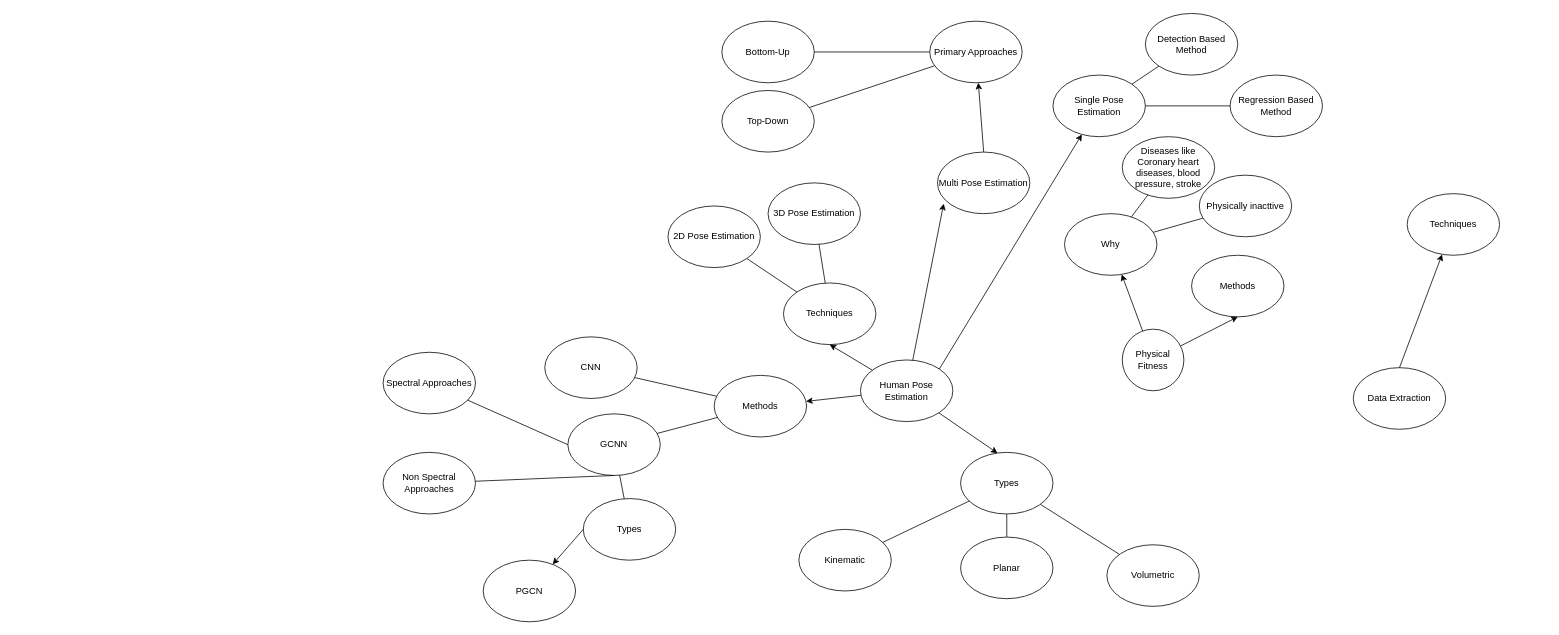
Before: Diagrams/Untitled Diagram.drawio in vish84725/Research_Artifacts, a draw.io diagram. Source tidied: cells renumbered, new cells numbered last; positions are measured from the earlier drawing's top-left corner, leaving out a move shared by most shapes. Both pictures are drawn from the tidied source at 77%, with x=0, y=0 at pixel (383, 13).
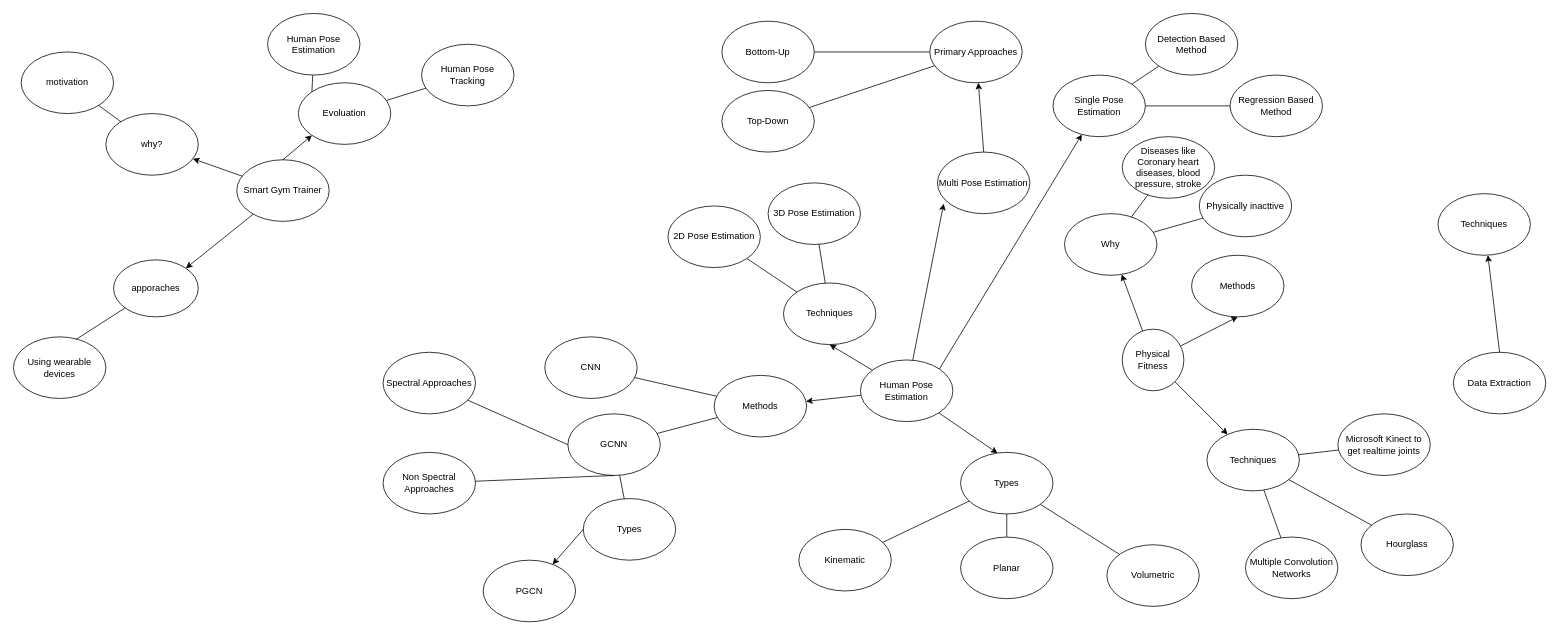
After the change.

The change refers to these unchanged cells:
```xml
<mxCell id="48" value="Physical Fitness" style="ellipse;whiteSpace=wrap;html=1;" parent="1" vertex="1">
  <mxGeometry x="960" y="410" width="80" height="80" as="geometry" />
</mxCell>
```

The edit, as a diff of the source:
```diff
@@
     <mxCell id="2" value="Data Extraction" style="ellipse;whiteSpace=wrap;html=1;" parent="1" vertex="1">
-      <mxGeometry x="1260" y="460" width="120" height="80" as="geometry" />
+      <mxGeometry x="1390" y="440" width="120" height="80" as="geometry" />
     </mxCell>
     <mxCell id="3" value="Techniques" style="ellipse;whiteSpace=wrap;html=1;" parent="1" vertex="1">
-      <mxGeometry x="1330" y="234" width="120" height="80" as="geometry" />
+      <mxGeometry x="1370" y="234" width="120" height="80" as="geometry" />
     </mxCell>
@@
+    <mxCell id="57" value="Techniques" style="ellipse;whiteSpace=wrap;html=1;" parent="1" vertex="1">
+      <mxGeometry x="1070" y="540" width="120" height="80" as="geometry" />
+    </mxCell>
+    <mxCell id="58" style="endArrow=classic;html=1;rounded=0;" parent="1" edge="1" source="48" target="57">
+      <mxGeometry relative="1" as="geometry" />
+    </mxCell>
+    <mxCell id="59" value="Hourglass" style="ellipse;whiteSpace=wrap;html=1;" parent="1" vertex="1">
+      <mxGeometry x="1270" y="650" width="120" height="80" as="geometry" />
+    </mxCell>
+    <mxCell id="60" value="Microsoft Kinect to get realtime joints" style="ellipse;whiteSpace=wrap;html=1;" parent="1" vertex="1">
+      <mxGeometry x="1240" y="520" width="120" height="80" as="geometry" />
+    </mxCell>
+    <mxCell id="61" value="Multiple Convolution Networks" style="ellipse;whiteSpace=wrap;html=1;" parent="1" vertex="1">
+      <mxGeometry x="1120" y="680" width="120" height="80" as="geometry" />
+    </mxCell>
+    <mxCell id="62" style="endArrow=none;html=1;rounded=0;" parent="1" edge="1" source="57" target="61">
+      <mxGeometry relative="1" as="geometry" />
+    </mxCell>
+    <mxCell id="63" style="endArrow=none;html=1;rounded=0;" parent="1" edge="1" source="57" target="60">
+      <mxGeometry relative="1" as="geometry" />
+    </mxCell>
+    <mxCell id="64" style="endArrow=none;html=1;rounded=0;" parent="1" edge="1" source="57" target="59">
+      <mxGeometry relative="1" as="geometry" />
+    </mxCell>
+    <mxCell id="65" value="Smart Gym Trainer" style="ellipse;whiteSpace=wrap;html=1;" parent="1" vertex="1">
+      <mxGeometry x="-190" y="190" width="120" height="80" as="geometry" />
+    </mxCell>
+    <mxCell id="66" value="Evoluation" style="ellipse;whiteSpace=wrap;html=1;" parent="1" vertex="1">
+      <mxGeometry x="-110" y="90" width="120" height="80" as="geometry" />
+    </mxCell>
+    <mxCell id="67" style="endArrow=classic;html=1;rounded=0;exitX=0.5;exitY=0;exitDx=0;exitDy=0;entryX=0;entryY=1;entryDx=0;entryDy=0;" parent="1" edge="1" source="65" target="66">
+      <mxGeometry relative="1" as="geometry" />
+    </mxCell>
+    <mxCell id="68" value="Human Pose Estimation" style="ellipse;whiteSpace=wrap;html=1;" parent="1" vertex="1">
+      <mxGeometry x="-150" width="120" height="80" as="geometry" />
+    </mxCell>
+    <mxCell id="69" value="Human Pose Tracking" style="ellipse;whiteSpace=wrap;html=1;" parent="1" vertex="1">
+      <mxGeometry x="50" y="40" width="120" height="80" as="geometry" />
+    </mxCell>
+    <mxCell id="70" style="endArrow=none;html=1;rounded=0;exitX=0;exitY=0;exitDx=0;exitDy=0;" parent="1" edge="1" source="66" target="68">
+      <mxGeometry relative="1" as="geometry" />
+    </mxCell>
+    <mxCell id="71" style="endArrow=none;html=1;rounded=0;" parent="1" edge="1" source="66" target="69">
+      <mxGeometry relative="1" as="geometry" />
+    </mxCell>
+    <mxCell id="72" value="apporaches" style="ellipse;whiteSpace=wrap;html=1;" parent="1" vertex="1">
+      <mxGeometry x="-350" y="320" width="110" height="74" as="geometry" />
+    </mxCell>
+    <mxCell id="73" style="endArrow=classic;html=1;rounded=0;entryX=1;entryY=0;entryDx=0;entryDy=0;" parent="1" edge="1" source="65" target="72">
+      <mxGeometry relative="1" as="geometry" />
+    </mxCell>
+    <mxCell id="74" value="Using wearable devices" style="ellipse;whiteSpace=wrap;html=1;" parent="1" vertex="1">
+      <mxGeometry x="-480" y="420" width="120" height="80" as="geometry" />
+    </mxCell>
+    <mxCell id="75" style="endArrow=none;html=1;rounded=0;exitX=0.675;exitY=0.044;exitDx=0;exitDy=0;exitPerimeter=0;" parent="1" edge="1" source="74" target="72">
+      <mxGeometry relative="1" as="geometry" />
+    </mxCell>
+    <mxCell id="76" value="why?" style="ellipse;whiteSpace=wrap;html=1;" parent="1" vertex="1">
+      <mxGeometry x="-360" y="130" width="120" height="80" as="geometry" />
+    </mxCell>
+    <mxCell id="77" style="endArrow=classic;html=1;rounded=0;" parent="1" edge="1" source="65" target="76">
+      <mxGeometry relative="1" as="geometry" />
+    </mxCell>
+    <mxCell id="78" value="motivation" style="ellipse;whiteSpace=wrap;html=1;" parent="1" vertex="1">
+      <mxGeometry x="-470" y="50" width="120" height="80" as="geometry" />
+    </mxCell>
+    <mxCell id="79" style="endArrow=none;html=1;rounded=0;" parent="1" edge="1" source="78" target="76">
+      <mxGeometry relative="1" as="geometry" />
+    </mxCell>
```
